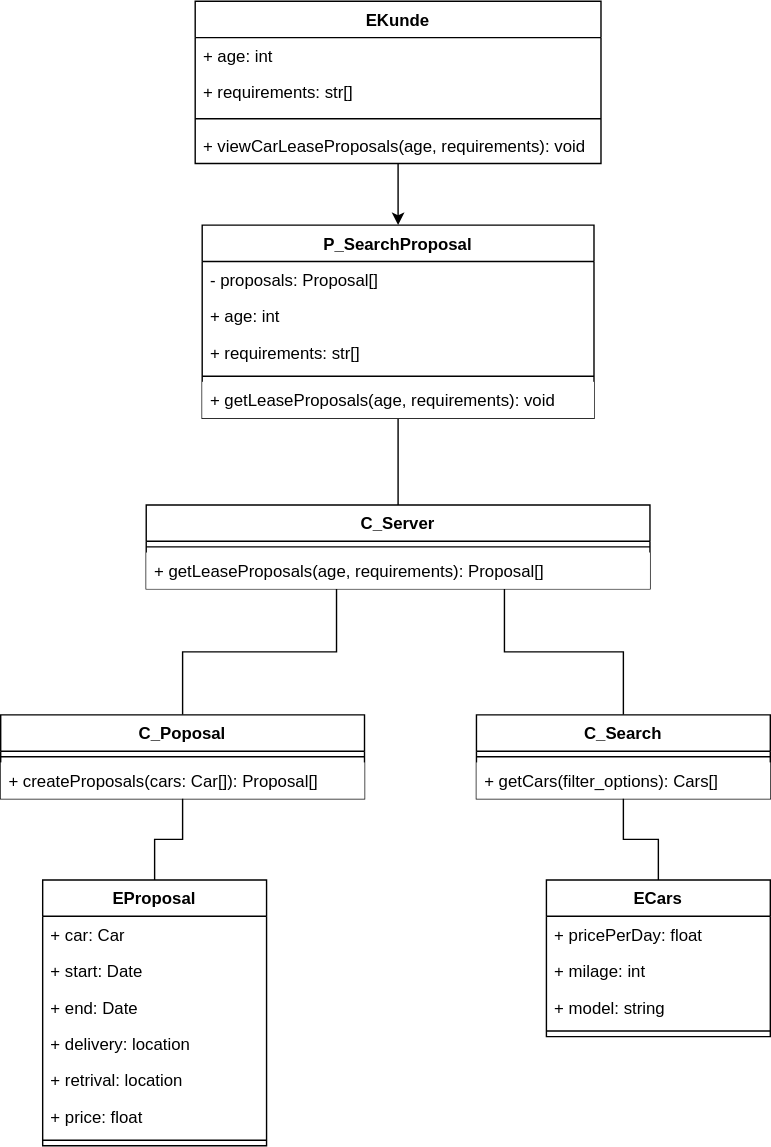
The draw.io diagram sw-eng-06.drawio.svg in MassimiIiano/software-eng-projects-uni, before a commit. Source tidied: cells renumbered, new cells last; positions are measured from the earlier drawing's top-left corner, leaving out a move shared by most shapes.
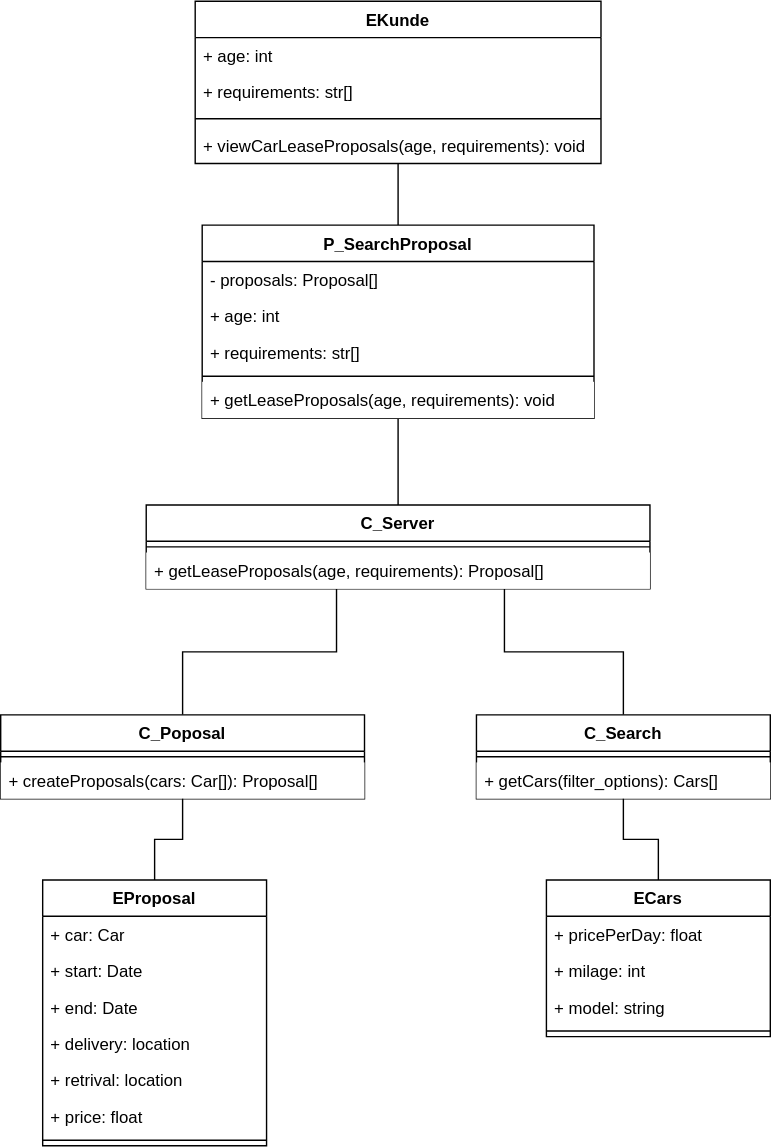
After the commit.

The edit, as a diff of the source:
```diff
@@ -2,7 +2,7 @@
   <root>
     <mxCell id="0" />
     <mxCell id="1" parent="0" />
-    <mxCell id="2" style="edgeStyle=orthogonalEdgeStyle;rounded=0;jettySize=auto;html=1;" parent="1" edge="1" source="3" target="9">
+    <mxCell id="2" style="edgeStyle=orthogonalEdgeStyle;rounded=0;jettySize=auto;html=1;endArrow=none;endFill=0;" parent="1" edge="1" source="3" target="9">
       <mxGeometry relative="1" as="geometry" />
     </mxCell>
     <mxCell id="3" value="EKunde" style="swimlane;fontStyle=1;align=center;verticalAlign=top;horizontal=1;startSize=26;whiteSpace=wrap;html=1;" parent="1" vertex="1">
```
